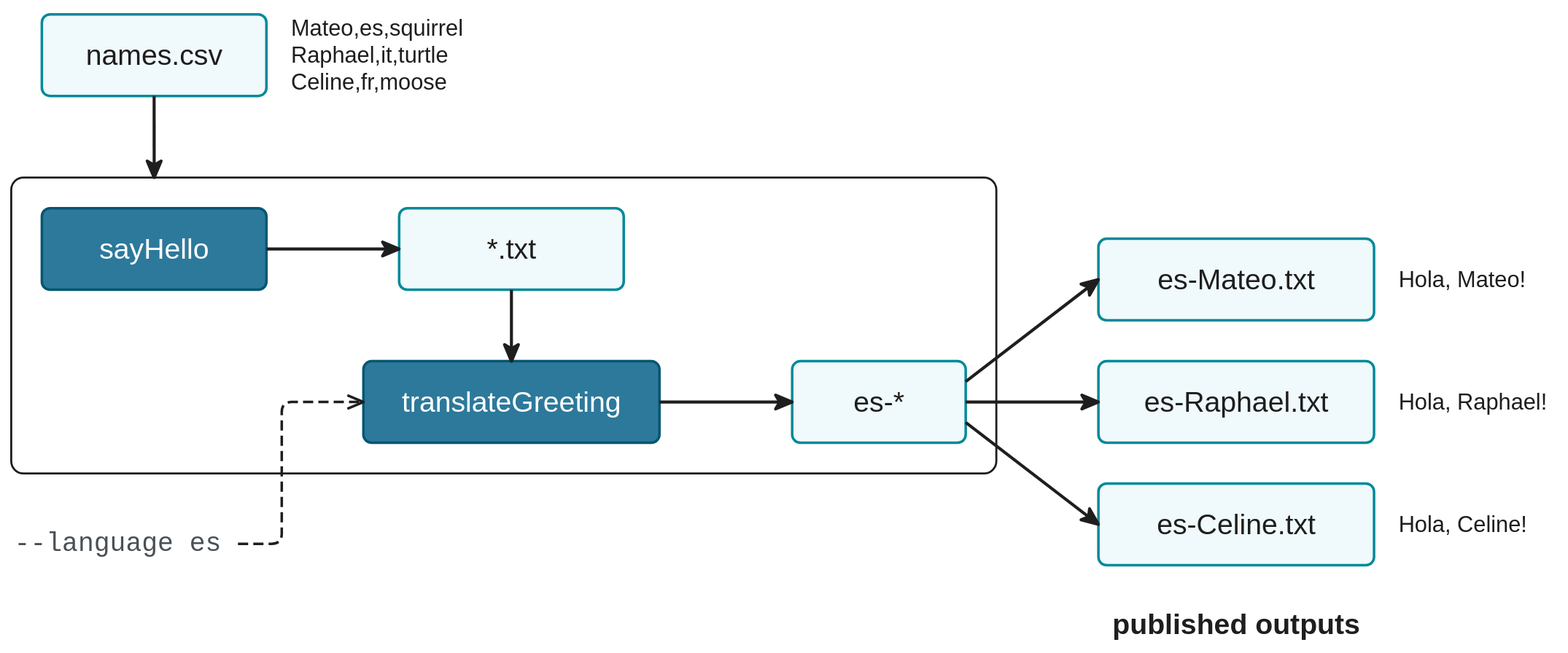
This is docs/en/docs/hello_nextflow/img/hello-multistep.drawio.svg from nextflow-io/training, a draw.io export, as it was before one commit. Source tidied: cells renumbered, new cells last; positions are measured from the earlier drawing's top-left corner, leaving out a move shared by most shapes. The source it was exported from:
```xml
<mxGraphModel background="#ffffff">
  <root>
    <mxCell id="0" />
    <mxCell id="1" parent="0" />
    <mxCell id="2" style="rounded=1;absoluteArcSize=1;arcSize=24;whiteSpace=nowrap;html=0;fillColor=none;strokeColor=#1e1e1e;strokeWidth=2;" parent="1" vertex="1">
      <mxGeometry x="1" y="164" width="965" height="290" as="geometry" />
    </mxCell>
    <mxCell id="3" value="sayHello" style="rounded=1;absoluteArcSize=1;arcSize=16;whiteSpace=nowrap;html=0;fontFamily=Helvetica;fontSize=28;fillColor=#2d799b;strokeColor=#055672;fontColor=#ffffff;strokeWidth=2.5;" parent="2" vertex="1">
      <mxGeometry x="30" y="30" width="220" height="80" as="geometry" />
    </mxCell>
    <mxCell id="4" value="*.txt" style="rounded=1;absoluteArcSize=1;arcSize=16;whiteSpace=nowrap;html=0;fontFamily=Helvetica;fontSize=28;fillColor=#f0f9fb;strokeColor=#02899a;fontColor=#1e1e1e;strokeWidth=2.5;" parent="2" vertex="1">
      <mxGeometry x="380" y="30" width="220" height="80" as="geometry" />
    </mxCell>
    <mxCell id="5" value="translateGreeting" style="rounded=1;absoluteArcSize=1;arcSize=16;whiteSpace=nowrap;html=0;fontFamily=Helvetica;fontSize=28;fillColor=#2d799b;strokeColor=#055672;fontColor=#ffffff;strokeWidth=2.5;" parent="2" vertex="1">
      <mxGeometry x="345" y="180" width="290" height="80" as="geometry" />
    </mxCell>
    <mxCell id="6" value="es-*" style="rounded=1;absoluteArcSize=1;arcSize=16;whiteSpace=nowrap;html=0;fontFamily=Helvetica;fontSize=28;fillColor=#f0f9fb;strokeColor=#02899a;fontColor=#1e1e1e;strokeWidth=2.5;" parent="2" vertex="1">
      <mxGeometry x="765" y="180" width="170" height="80" as="geometry" />
    </mxCell>
    <mxCell id="7" style="edgeStyle=none;html=0;endArrow=classic;endFill=1;strokeColor=#1e1e1e;exitX=0.5;exitY=1;exitDx=0;exitDy=0;entryY=0;entryDy=0;entryDx=0;entryX=0.5;strokeWidth=3;endSize=12;" parent="2" edge="1" source="4" target="5">
      <mxGeometry relative="1" as="geometry" />
    </mxCell>
    <mxCell id="8" style="edgeStyle=none;html=0;endArrow=classic;endFill=1;strokeColor=#1e1e1e;exitX=1;exitY=0.5;entryX=0;entryY=0.5;exitDx=0;exitDy=0;entryDx=0;entryDy=0;strokeWidth=3;endSize=12;" parent="2" edge="1" source="5" target="6">
      <mxGeometry relative="1" as="geometry" />
    </mxCell>
    <mxCell id="9" style="edgeStyle=none;html=0;endArrow=classic;endFill=1;strokeColor=#1e1e1e;exitX=1;exitY=0.5;entryX=0;entryY=0.5;exitDx=0;exitDy=0;entryDx=0;entryDy=0;strokeWidth=3;endSize=12;" parent="2" edge="1" source="3" target="4">
      <mxGeometry relative="1" as="geometry" />
    </mxCell>
    <mxCell id="10" value="names.csv" style="rounded=1;absoluteArcSize=1;arcSize=16;whiteSpace=nowrap;html=0;fontFamily=Helvetica;fontSize=28;fillColor=#f0f9fb;strokeColor=#02899a;fontColor=#1e1e1e;strokeWidth=2.5;" parent="1" vertex="1">
      <mxGeometry x="31" y="4" width="220" height="80" as="geometry" />
    </mxCell>
    <mxCell id="11" value="Mateo,es,squirrel&#10;Raphael,it,turtle&#10;Celine,fr,moose" style="text;html=0;align=left;verticalAlign=middle;whiteSpace=nowrap;spacing=0;spacingLeft=4;fontFamily=Helvetica;fontSize=22;fontColor=#1e1e1e;" parent="1" vertex="1">
      <mxGeometry x="271" width="220" height="88" as="geometry" />
    </mxCell>
    <mxCell id="12" style="edgeStyle=none;html=0;endArrow=classic;endFill=1;strokeColor=#1e1e1e;exitY=1;exitDx=0;exitDy=0;entryY=0;entryDy=0;entryDx=0;exitX=0.5;entryX=0.1451;strokeWidth=3;endSize=12;" parent="1" edge="1" source="10" target="2">
      <mxGeometry relative="1" as="geometry" />
    </mxCell>
    <mxCell id="13" value="--language es" style="text;html=0;align=left;verticalAlign=middle;whiteSpace=nowrap;spacing=0;spacingLeft=4;fontSize=26;fontFamily=Menlo;fontColor=#495057;" parent="1" vertex="1">
      <mxGeometry y="504" width="223.1" height="38" as="geometry" />
    </mxCell>
    <mxCell id="14" style="edgeStyle=orthogonalEdgeStyle;rounded=1;arcSize=40;html=0;exitDx=0;exitDy=0;entryDx=0;entryDy=0;dashed=1;endArrow=open;endFill=0;exitX=1;exitY=0.5;entryX=0;entryY=0.5;strokeWidth=2.5;endSize=12;strokeColor=#1e1e1e;dashPattern=4 2;" parent="1" edge="1" source="13" target="5">
      <mxGeometry x="-0.03" relative="1" as="geometry">
        <Array as="points">
          <mxPoint x="266" y="523" />
          <mxPoint x="266" y="384" />
        </Array>
      </mxGeometry>
    </mxCell>
    <mxCell id="15" value="es-Mateo.txt" style="rounded=1;absoluteArcSize=1;arcSize=16;fillColor=#f0f9fb;strokeColor=#02899a;strokeWidth=2.5;fontFamily=Helvetica;fontSize=28;fontColor=#1e1e1e;html=0;whiteSpace=nowrap;" parent="1" vertex="1">
      <mxGeometry x="1066" y="224" width="270" height="80" as="geometry" />
    </mxCell>
    <mxCell id="16" value="Hola, Mateo!" style="text;align=left;verticalAlign=middle;spacing=0;spacingLeft=4;fontFamily=Helvetica;fontSize=22;fontColor=#1e1e1e;html=0;whiteSpace=nowrap;" parent="1" vertex="1">
      <mxGeometry x="1356" y="247" width="160" height="34" as="geometry" />
    </mxCell>
    <mxCell id="17" style="edgeStyle=none;html=0;strokeColor=#1e1e1e;endSize=12;strokeWidth=3;endArrow=classic;endFill=1;exitX=1;exitY=0.25;exitDx=0;exitDy=0;entryX=0;entryY=0.5;entryDx=0;entryDy=0;" parent="1" edge="1" source="6" target="15">
      <mxGeometry relative="1" as="geometry" />
    </mxCell>
    <mxCell id="18" value="es-Raphael.txt" style="rounded=1;absoluteArcSize=1;arcSize=16;fillColor=#f0f9fb;strokeColor=#02899a;strokeWidth=2.5;fontFamily=Helvetica;fontSize=28;fontColor=#1e1e1e;html=0;whiteSpace=nowrap;" parent="1" vertex="1">
      <mxGeometry x="1066" y="344" width="270" height="80" as="geometry" />
    </mxCell>
    <mxCell id="19" value="Hola, Raphael!" style="text;align=left;verticalAlign=middle;spacing=0;spacingLeft=4;fontFamily=Helvetica;fontSize=22;fontColor=#1e1e1e;html=0;whiteSpace=nowrap;" parent="1" vertex="1">
      <mxGeometry x="1356" y="367" width="160" height="34" as="geometry" />
    </mxCell>
    <mxCell id="20" style="edgeStyle=none;html=0;strokeColor=#1e1e1e;endSize=12;strokeWidth=3;endArrow=classic;endFill=1;exitX=1;exitY=0.5;exitDx=0;exitDy=0;entryX=0;entryY=0.5;entryDx=0;entryDy=0;" parent="1" edge="1" source="6" target="18">
      <mxGeometry relative="1" as="geometry" />
    </mxCell>
    <mxCell id="21" value="es-Celine.txt" style="rounded=1;absoluteArcSize=1;arcSize=16;fillColor=#f0f9fb;strokeColor=#02899a;strokeWidth=2.5;fontFamily=Helvetica;fontSize=28;fontColor=#1e1e1e;html=0;whiteSpace=nowrap;" parent="1" vertex="1">
      <mxGeometry x="1066" y="464" width="270" height="80" as="geometry" />
    </mxCell>
    <mxCell id="22" value="Hola, Celine!" style="text;align=left;verticalAlign=middle;spacing=0;spacingLeft=4;fontFamily=Helvetica;fontSize=22;fontColor=#1e1e1e;html=0;whiteSpace=nowrap;" parent="1" vertex="1">
      <mxGeometry x="1356" y="487" width="160" height="34" as="geometry" />
    </mxCell>
    <mxCell id="23" style="edgeStyle=none;html=0;strokeColor=#1e1e1e;endSize=12;strokeWidth=3;endArrow=classic;endFill=1;exitX=1;exitY=0.75;exitDx=0;exitDy=0;entryX=0;entryY=0.5;entryDx=0;entryDy=0;" parent="1" edge="1" source="6" target="21">
      <mxGeometry relative="1" as="geometry" />
    </mxCell>
    <mxCell id="24" value="published outputs" style="text;align=center;verticalAlign=middle;fontFamily=Helvetica;fontSize=28;fontStyle=1;fontColor=#1e1e1e;html=0;whiteSpace=nowrap;" parent="1" vertex="1">
      <mxGeometry x="1066" y="584" width="270" height="36" as="geometry" />
    </mxCell>
  </root>
</mxGraphModel>
```
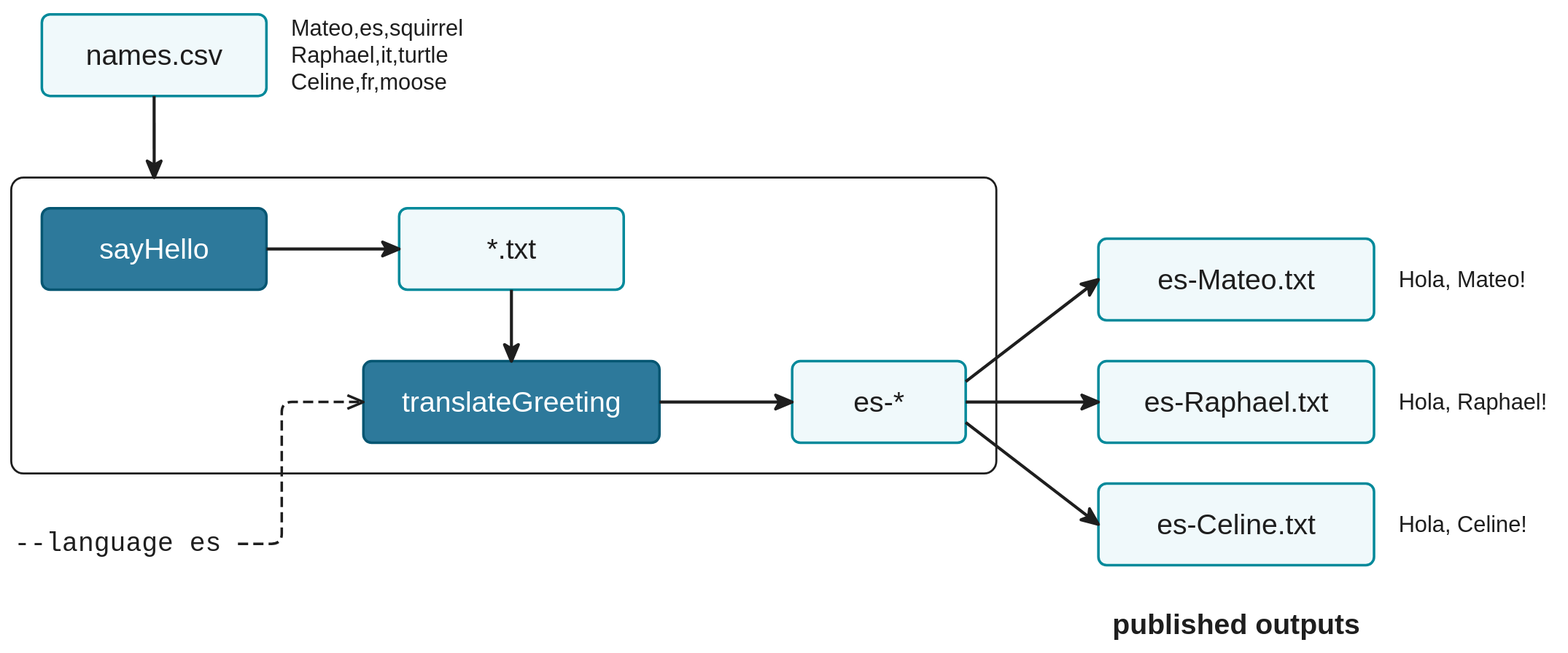
Later version of the same file.

Commit message:
docs(hello_nextflow): draw.io connector diagram; black code text

The edit, as a diff of the source:
```diff
@@ -35,7 +35,7 @@
     <mxCell id="12" style="edgeStyle=none;html=0;endArrow=classic;endFill=1;strokeColor=#1e1e1e;exitY=1;exitDx=0;exitDy=0;entryY=0;entryDy=0;entryDx=0;exitX=0.5;entryX=0.1451;strokeWidth=3;endSize=12;" parent="1" edge="1" source="10" target="2">
       <mxGeometry relative="1" as="geometry" />
     </mxCell>
-    <mxCell id="13" value="--language es" style="text;html=0;align=left;verticalAlign=middle;whiteSpace=nowrap;spacing=0;spacingLeft=4;fontSize=26;fontFamily=Menlo;fontColor=#495057;" parent="1" vertex="1">
+    <mxCell id="13" value="--language es" style="text;html=0;align=left;verticalAlign=middle;whiteSpace=nowrap;spacing=0;spacingLeft=4;fontSize=26;fontFamily=Menlo;fontColor=#1e1e1e;" parent="1" vertex="1">
       <mxGeometry y="504" width="223.1" height="38" as="geometry" />
     </mxCell>
     <mxCell id="14" style="edgeStyle=orthogonalEdgeStyle;rounded=1;arcSize=40;html=0;exitDx=0;exitDy=0;entryDx=0;entryDy=0;dashed=1;endArrow=open;endFill=0;exitX=1;exitY=0.5;entryX=0;entryY=0.5;strokeWidth=2.5;endSize=12;strokeColor=#1e1e1e;dashPattern=4 2;" parent="1" edge="1" source="13" target="5">
```
